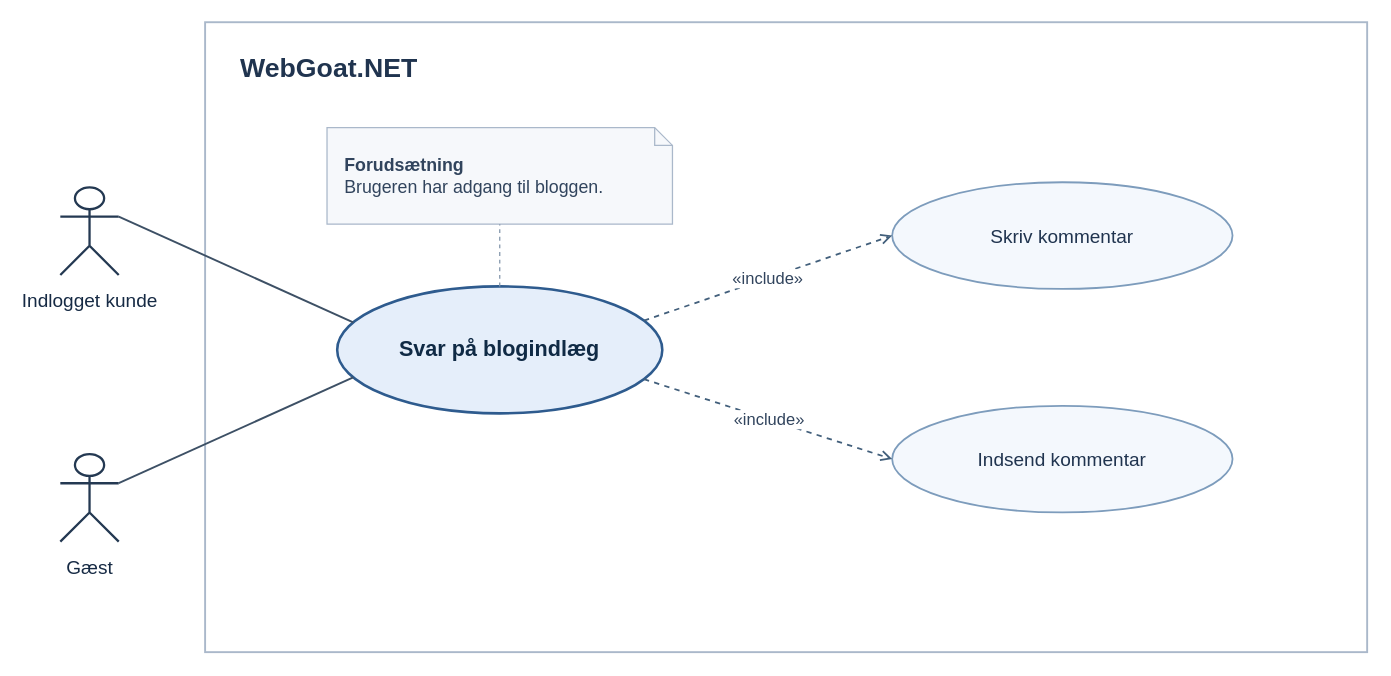
The draw.io diagram dokumenter/Drawio/Svar på blogindlæg.drawio in MagnusMadsen/Software_sikkerhed_eksamen, before the edit. Source tidied: cells renumbered, new cells numbered last; positions are measured from the earlier drawing's top-left corner, leaving out a move shared by most shapes. Both pictures are drawn from the tidied source at 127%, with x=0, y=0 at pixel (60, 22).
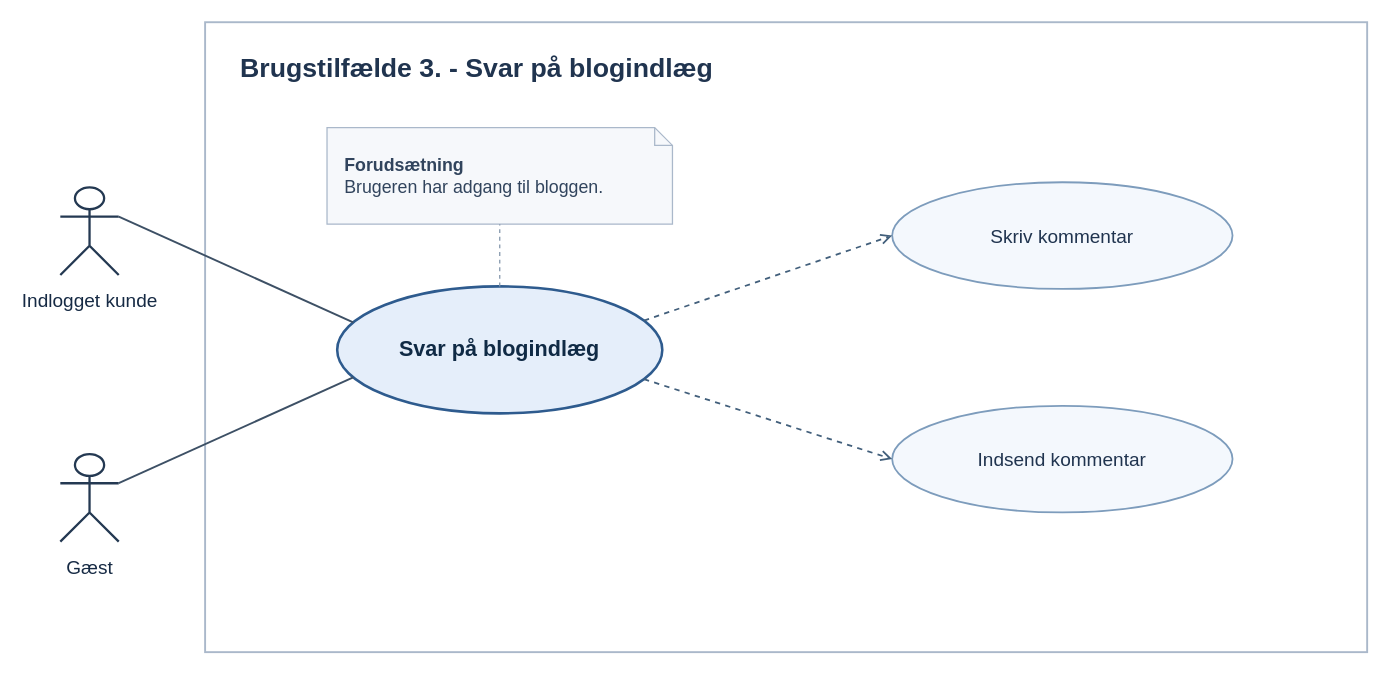
After the change.

Commit message (it also covers changes not shown here):
updatering af drawio brugstilfælde

Diff of the diagram source:
```diff
@@
 <mxGraphModel>
   <root>
     <mxCell id="0" />
     <mxCell id="1" parent="0" />
     <mxCell id="2" style="rounded=0;html=1;fillColor=#FFFFFF;strokeColor=#AAB8CA;strokeWidth=1.5;" parent="1" vertex="1">
       <mxGeometry x="114" width="915" height="496" as="geometry" />
     </mxCell>
-    <mxCell id="3" value="WebGoat.NET" style="text;html=1;strokeColor=none;fillColor=none;align=left;verticalAlign=middle;fontSize=21;fontStyle=1;fontColor=#20344F;" parent="1" vertex="1">
-      <mxGeometry x="140" y="19" width="210" height="34" as="geometry" />
+    <mxCell id="3" value="&lt;span style=&quot;color: rgb(32, 52, 79);&quot;&gt;Brugstilfælde 3. -&amp;nbsp;Svar på blogindlæg&lt;/span&gt;" style="text;html=1;strokeColor=none;fillColor=none;align=left;verticalAlign=middle;fontSize=21;fontStyle=1;fontColor=#20344F;" parent="1" vertex="1">
+      <mxGeometry x="140" y="19" width="450" height="34" as="geometry" />
     </mxCell>
     <mxCell id="4" value="Indlogget kunde" style="shape=umlActor;html=1;verticalLabelPosition=bottom;verticalAlign=top;spacingTop=5;strokeColor=#243952;strokeWidth=1.8;fontColor=#162A44;fontSize=15;" parent="1" vertex="1">
       <mxGeometry y="130" width="46" height="69" as="geometry" />
     </mxCell>
     <mxCell id="5" value="Gæst" style="shape=umlActor;html=1;verticalLabelPosition=bottom;verticalAlign=top;spacingTop=5;strokeColor=#243952;strokeWidth=1.8;fontColor=#162A44;fontSize=15;" parent="1" vertex="1">
       <mxGeometry y="340" width="46" height="69" as="geometry" />
     </mxCell>
     <mxCell id="6" value="Svar på blogindlæg" style="ellipse;whiteSpace=wrap;html=1;fillColor=#E5EEFA;strokeColor=#2E5B8E;strokeWidth=2;fontColor=#102A45;fontStyle=1;fontSize=17;" parent="1" vertex="1">
       <mxGeometry x="218" y="208" width="256" height="100" as="geometry" />
     </mxCell>
     <mxCell id="7" value="Skriv kommentar" style="ellipse;whiteSpace=wrap;html=1;fillColor=#F4F8FD;strokeColor=#7D9CBC;strokeWidth=1.4;fontColor=#20344F;fontSize=15;" parent="1" vertex="1">
       <mxGeometry x="655" y="126" width="268" height="84" as="geometry" />
     </mxCell>
     <mxCell id="8" value="Indsend kommentar" style="ellipse;whiteSpace=wrap;html=1;fillColor=#F4F8FD;strokeColor=#7D9CBC;strokeWidth=1.4;fontColor=#20344F;fontSize=15;" parent="1" vertex="1">
       <mxGeometry x="655" y="302" width="268" height="84" as="geometry" />
     </mxCell>
     <mxCell id="9" value="&lt;b&gt;Forudsætning&lt;/b&gt;&lt;br&gt;Brugeren har adgang til bloggen." style="shape=note;size=14;whiteSpace=wrap;html=1;align=left;verticalAlign=middle;spacingLeft=12;spacingRight=13;fillColor=#F6F8FB;strokeColor=#AAB8CA;fontColor=#31445D;fontSize=14;" parent="1" vertex="1">
       <mxGeometry x="210" y="83" width="272" height="76" as="geometry" />
     </mxCell>
     <mxCell id="10" style="endArrow=none;html=1;strokeColor=#3D5065;strokeWidth=1.5;exitX=1;exitY=0.333333;exitPerimeter=0;entryX=0;entryY=0.26;" parent="1" edge="1" source="4" target="6">
       <mxGeometry relative="1" as="geometry" />
     </mxCell>
     <mxCell id="11" style="endArrow=none;html=1;strokeColor=#3D5065;strokeWidth=1.5;exitX=1;exitY=0.333333;exitPerimeter=0;entryX=0;entryY=0.74;" parent="1" edge="1" source="5" target="6">
       <mxGeometry relative="1" as="geometry" />
     </mxCell>
-    <mxCell id="12" value="«include»" style="dashed=1;endArrow=open;endFill=0;html=1;strokeColor=#425F7B;strokeWidth=1.4;fontColor=#31445D;fontSize=13;labelBackgroundColor=#FFFFFF;exitX=1;exitY=0.24;entryX=0;entryY=0.5;" parent="1" edge="1" source="6" target="7">
+    <mxCell id="12" style="dashed=1;endArrow=open;endFill=0;html=1;strokeColor=#425F7B;strokeWidth=1.4;fontColor=#31445D;fontSize=13;labelBackgroundColor=#FFFFFF;exitX=1;exitY=0.24;entryX=0;entryY=0.5;" parent="1" edge="1" source="6" target="7">
       <mxGeometry relative="1" as="geometry" />
     </mxCell>
-    <mxCell id="13" value="«include»" style="dashed=1;endArrow=open;endFill=0;html=1;strokeColor=#425F7B;strokeWidth=1.4;fontColor=#31445D;fontSize=13;labelBackgroundColor=#FFFFFF;exitX=1;exitY=0.76;entryX=0;entryY=0.5;" parent="1" edge="1" source="6" target="8">
+    <mxCell id="13" style="dashed=1;endArrow=open;endFill=0;html=1;strokeColor=#425F7B;strokeWidth=1.4;fontColor=#31445D;fontSize=13;labelBackgroundColor=#FFFFFF;exitX=1;exitY=0.76;entryX=0;entryY=0.5;" parent="1" edge="1" source="6" target="8">
       <mxGeometry relative="1" as="geometry" />
     </mxCell>
     <mxCell id="14" style="dashed=1;endArrow=none;html=1;strokeColor=#8396AC;exitX=0.5;exitY=0;entryX=0.5;entryY=1;" parent="1" edge="1" source="6" target="9">
       <mxGeometry relative="1" as="geometry" />
     </mxCell>
   </root>
 </mxGraphModel>
```
